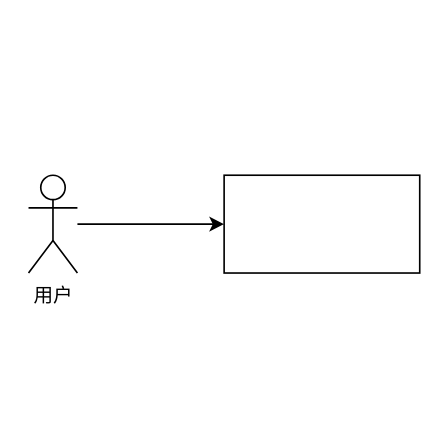
FlyThroughAir/DrawHere keeps this draw.io diagram as 画图.drawio. Above is the earlier version. Source tidied: cells renumbered, new cells numbered last; positions are measured from the earlier drawing's top-left corner, leaving out a move shared by most shapes. Both pictures are drawn from the tidied source at 163%, with x=0, y=0 at pixel (28, 174).
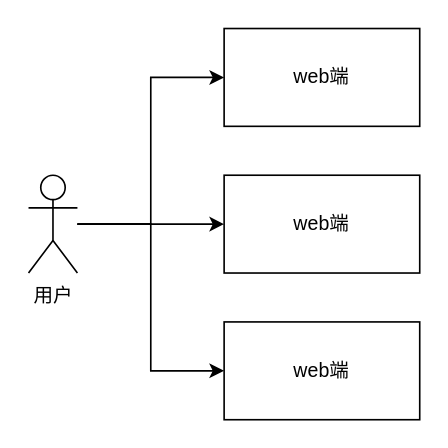
The same diagram, later.

Diff of the diagram source:
```diff
@@
 <mxGraphModel>
   <root>
     <mxCell id="0" />
     <mxCell id="1" parent="0" />
-    <mxCell id="2" style="rounded=0;whiteSpace=wrap;html=1;" parent="1" vertex="1">
+    <mxCell id="2" value="web端" style="rounded=0;whiteSpace=wrap;html=1;" parent="1" vertex="1">
       <mxGeometry x="120" width="120" height="60" as="geometry" />
     </mxCell>
     <mxCell id="3" style="edgeStyle=orthogonalEdgeStyle;rounded=0;jettySize=auto;html=1;" parent="1" edge="1" source="4" target="2">
       <mxGeometry relative="1" as="geometry" />
     </mxCell>
+    <mxCell id="5" style="edgeStyle=orthogonalEdgeStyle;rounded=0;jettySize=auto;html=1;entryX=0;entryY=0.5;entryDx=0;entryDy=0;" parent="1" edge="1" source="4" target="7">
+      <mxGeometry relative="1" as="geometry" />
+    </mxCell>
+    <mxCell id="6" style="edgeStyle=orthogonalEdgeStyle;rounded=0;jettySize=auto;html=1;entryX=0;entryY=0.5;entryDx=0;entryDy=0;" parent="1" edge="1" source="4" target="8">
+      <mxGeometry relative="1" as="geometry" />
+    </mxCell>
     <mxCell id="4" value="用户" style="shape=umlActor;verticalLabelPosition=bottom;verticalAlign=top;html=1;outlineConnect=0;" parent="1" vertex="1">
       <mxGeometry width="30" height="60" as="geometry" />
     </mxCell>
+    <mxCell id="7" value="web端" style="rounded=0;whiteSpace=wrap;html=1;" parent="1" vertex="1">
+      <mxGeometry x="120" y="-90" width="120" height="60" as="geometry" />
+    </mxCell>
+    <mxCell id="8" value="web端" style="rounded=0;whiteSpace=wrap;html=1;" parent="1" vertex="1">
+      <mxGeometry x="120" y="90" width="120" height="60" as="geometry" />
+    </mxCell>
   </root>
 </mxGraphModel>
```
